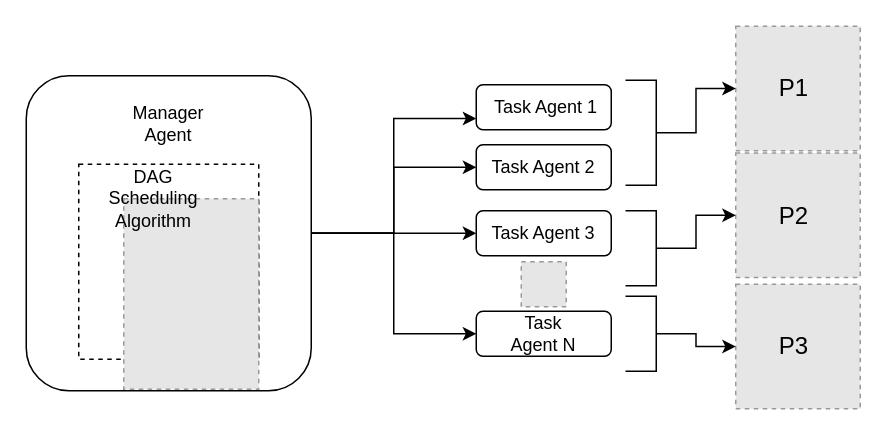
Above: results/agent_system.drawio in baback-izadi-lab/DAGGeneration (draw.io), before the change. Source tidied: cells renumbered, new cells numbered last; positions are measured from the earlier drawing's top-left corner, leaving out a move shared by most shapes. Both pictures are drawn from the tidied source at 150%, with x=0, y=0 at pixel (26, 26). Pictures stored in the file or linked from it are replaced by grey dashed boxes.
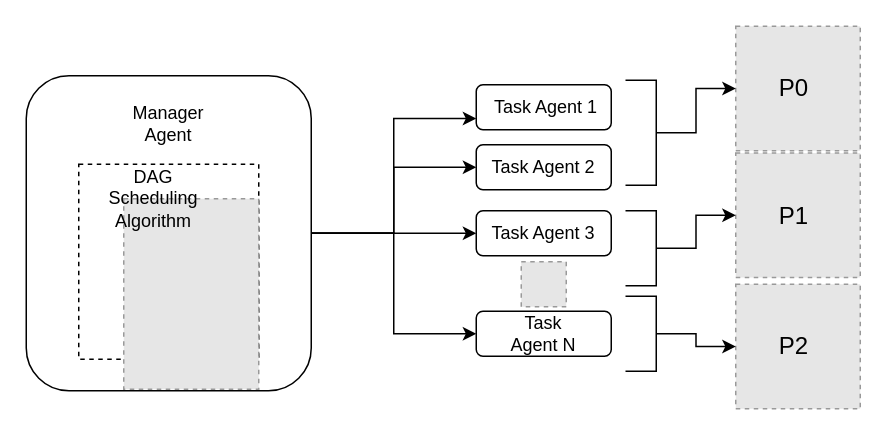
The same diagram, later.

The edit, as a diff of the source:
```diff
@@
-    <mxCell id="17" value="&lt;font style=&quot;font-size: 16px&quot;&gt;P1&lt;/font&gt;" style="text;html=1;strokeColor=none;fillColor=none;align=center;verticalAlign=middle;whiteSpace=wrap;rounded=0;dashed=1;" parent="1" vertex="1">
+    <mxCell id="17" value="&lt;font style=&quot;font-size: 16px&quot;&gt;P0&lt;/font&gt;" style="text;html=1;strokeColor=none;fillColor=none;align=center;verticalAlign=middle;whiteSpace=wrap;rounded=0;dashed=1;" parent="1" vertex="1">
       <mxGeometry x="491.5" y="31" width="40" height="20" as="geometry" />
     </mxCell>
@@
-    <mxCell id="19" value="&lt;font style=&quot;font-size: 16px&quot;&gt;P2&lt;/font&gt;" style="text;html=1;strokeColor=none;fillColor=none;align=center;verticalAlign=middle;whiteSpace=wrap;rounded=0;dashed=1;" parent="1" vertex="1">
+    <mxCell id="19" value="&lt;font style=&quot;font-size: 16px&quot;&gt;P1&lt;/font&gt;" style="text;html=1;strokeColor=none;fillColor=none;align=center;verticalAlign=middle;whiteSpace=wrap;rounded=0;dashed=1;" parent="1" vertex="1">
       <mxGeometry x="491.5" y="115.5" width="40" height="20" as="geometry" />
     </mxCell>
@@
-    <mxCell id="21" value="&lt;div&gt;&lt;font style=&quot;font-size: 16px&quot;&gt;P3&lt;/font&gt;&lt;/div&gt;" style="text;html=1;strokeColor=none;fillColor=none;align=center;verticalAlign=middle;whiteSpace=wrap;rounded=0;dashed=1;" parent="1" vertex="1">
+    <mxCell id="21" value="&lt;div&gt;&lt;font style=&quot;font-size: 16px&quot;&gt;P2&lt;/font&gt;&lt;/div&gt;" style="text;html=1;strokeColor=none;fillColor=none;align=center;verticalAlign=middle;whiteSpace=wrap;rounded=0;dashed=1;" parent="1" vertex="1">
       <mxGeometry x="491.5" y="203" width="40" height="20" as="geometry" />
     </mxCell>
```
